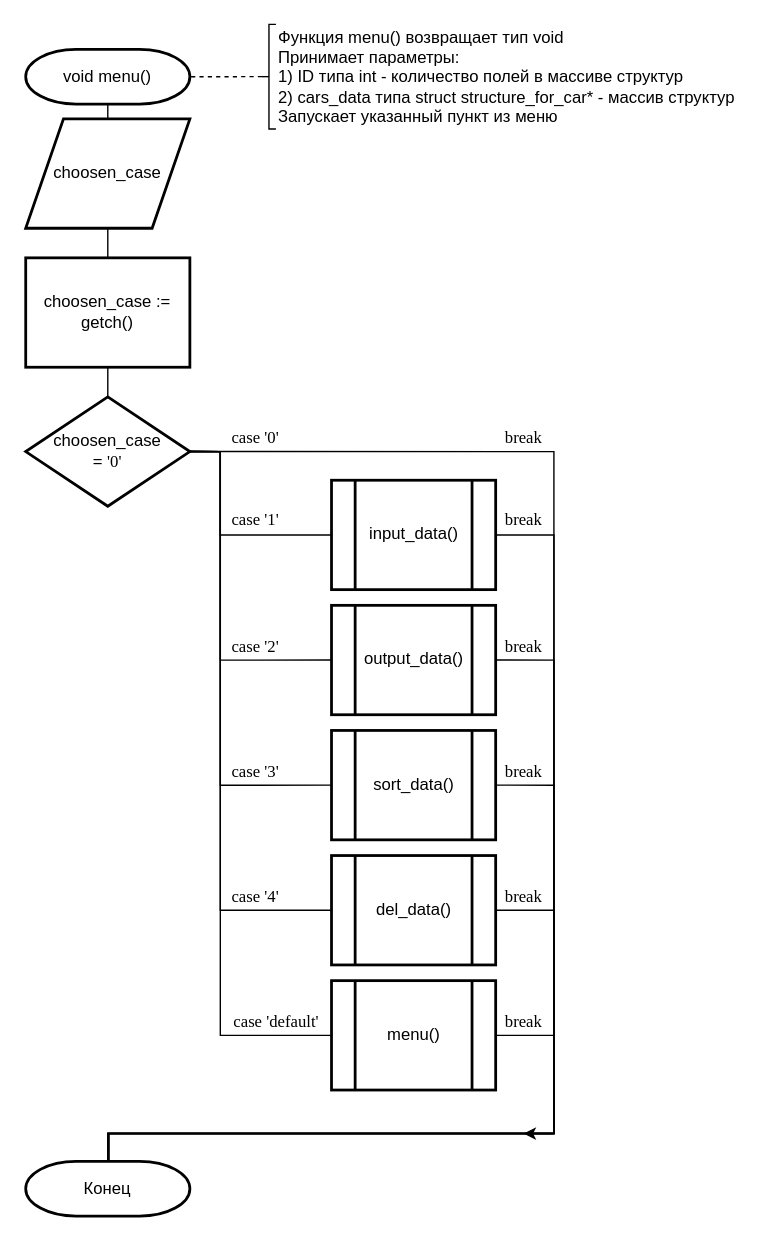
This is labs/11/13/src/lab/menu/menu.drawio from bstu-ps4/bstu-oaip, a draw.io file, before an edit. Source tidied: cells renumbered, new cells numbered last; positions are measured from the earlier drawing's top-left corner, leaving out a move shared by most shapes. Both pictures are drawn from the tidied source at 139%, with x=0, y=0 at pixel (25, 24).
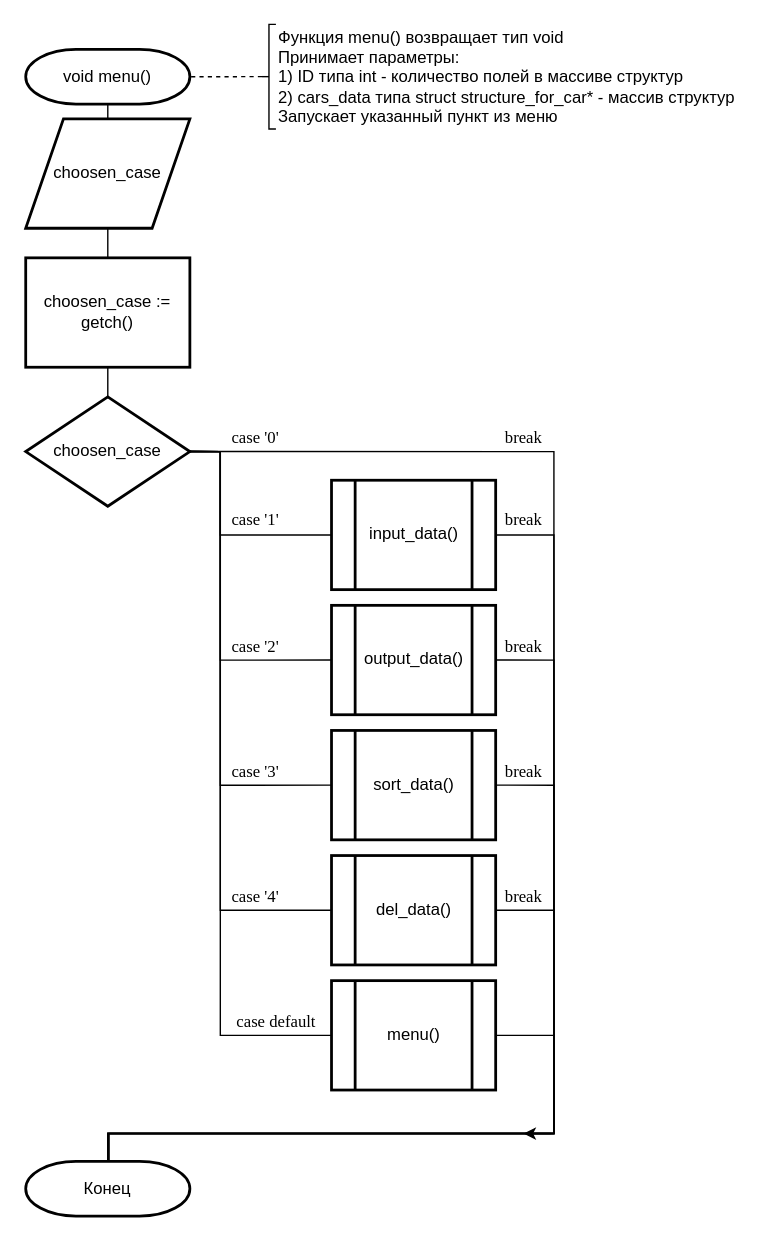
Above is the later version.

Change to the diagram source:
```diff
@@
-    <mxCell id="11" value="choosen_case&lt;br&gt;=&amp;nbsp;&lt;font face=&quot;Times New Roman&quot;&gt;'0'&lt;/font&gt;" style="strokeWidth=2;html=1;shape=mxgraph.flowchart.decision;whiteSpace=wrap;rounded=0;" parent="1" vertex="1">
+    <mxCell id="11" value="choosen_case" style="strokeWidth=2;html=1;shape=mxgraph.flowchart.decision;whiteSpace=wrap;rounded=0;" parent="1" vertex="1">
       <mxGeometry y="268" width="118.1" height="78.7" as="geometry" />
     </mxCell>
@@
-    <mxCell id="34" value="case 'default'" style="text;html=1;align=center;verticalAlign=middle;fontFamily=Times New Roman;" parent="1" vertex="1">
-      <mxGeometry x="140" y="708" width="80" height="20" as="geometry" />
+    <mxCell id="34" value="case default" style="text;html=1;align=center;verticalAlign=middle;fontFamily=Times New Roman;" parent="1" vertex="1">
+      <mxGeometry x="145" y="708" width="70" height="20" as="geometry" />
     </mxCell>
@@
-    <mxCell id="39" value="break" style="text;html=1;align=center;verticalAlign=middle;fontFamily=Times New Roman;" parent="1" vertex="1">
-      <mxGeometry x="338.1" y="708" width="40" height="20" as="geometry" />
-    </mxCell>
```
